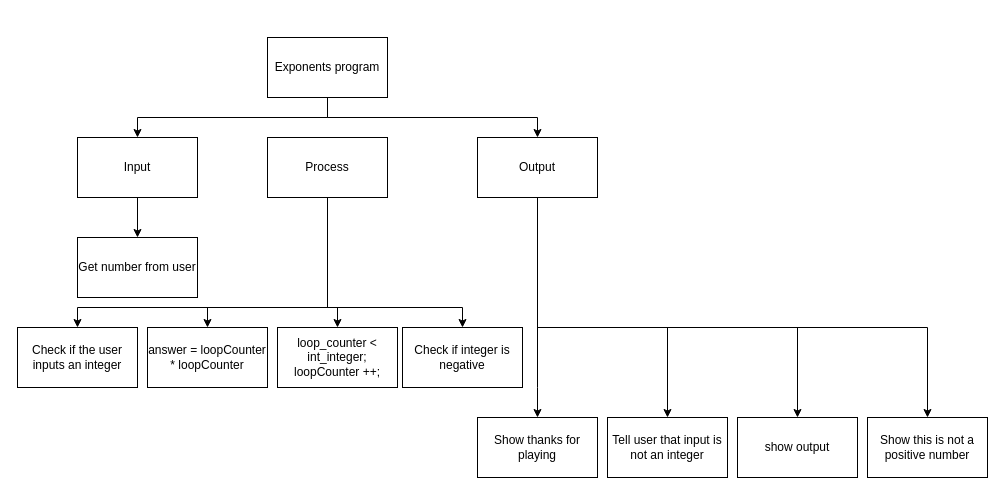
Earlier version of the draw.io diagram design/top-down.drawio (Johanna-liu16/ICS3U-Unit-4-04-python). Source tidied: cells renumbered, new cells numbered last; positions are measured from the earlier drawing's top-left corner, leaving out a move shared by most shapes. Both pictures are drawn from the tidied source at 100%, with x=0, y=0 at pixel (17, 37).
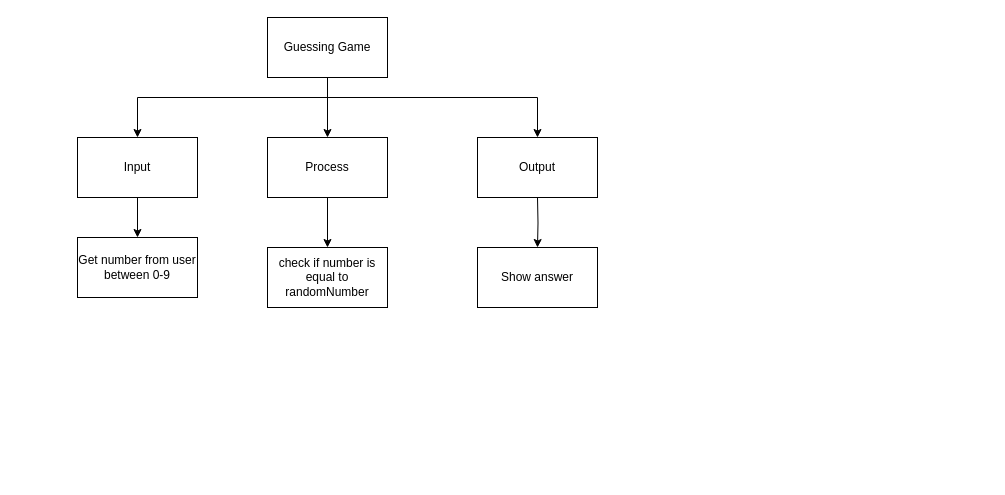
The same page after the edit.

The change refers to these unchanged cells:
```xml
<mxCell id="7" value="Output" style="rounded=0;whiteSpace=wrap;html=1;" parent="1" vertex="1">
  <mxGeometry x="460" y="100" width="120" height="60" as="geometry" />
</mxCell>
<mxCell id="12" value="Process" style="rounded=0;whiteSpace=wrap;html=1;" parent="1" vertex="1">
  <mxGeometry x="250" y="100" width="120" height="60" as="geometry" />
</mxCell>
<mxCell id="14" value="Input" style="rounded=0;whiteSpace=wrap;html=1;" parent="1" vertex="1">
  <mxGeometry x="60" y="100" width="120" height="60" as="geometry" />
</mxCell>
```

What changed in the source:
```diff
@@
+    <mxCell id="26" style="edgeStyle=none;html=1;entryX=0.5;entryY=0;entryDx=0;entryDy=0;" parent="1" edge="1" source="29" target="12">
+      <mxGeometry relative="1" as="geometry" />
+    </mxCell>
+    <mxCell id="27" style="edgeStyle=orthogonalEdgeStyle;html=1;entryX=0.5;entryY=0;entryDx=0;entryDy=0;rounded=0;" parent="1" edge="1" source="29" target="7">
+      <mxGeometry relative="1" as="geometry">
+        <Array as="points">
+          <mxPoint x="310" y="60" />
+          <mxPoint x="520" y="60" />
+        </Array>
+      </mxGeometry>
+    </mxCell>
+    <mxCell id="28" style="edgeStyle=orthogonalEdgeStyle;rounded=0;html=1;" parent="1" edge="1" source="29" target="14">
+      <mxGeometry relative="1" as="geometry">
+        <Array as="points">
+          <mxPoint x="310" y="60" />
+          <mxPoint x="120" y="60" />
+        </Array>
+      </mxGeometry>
+    </mxCell>
+    <mxCell id="29" value="Guessing Game" style="rounded=0;whiteSpace=wrap;html=1;" parent="1" vertex="1">
+      <mxGeometry x="250" y="-20" width="120" height="60" as="geometry" />
+    </mxCell>
+    <mxCell id="30" value="Show answer" style="rounded=0;whiteSpace=wrap;html=1;" parent="1" vertex="1">
+      <mxGeometry x="460" y="210" width="120" height="60" as="geometry" />
+    </mxCell>
+    <mxCell id="31" value="check if number is equal to randomNumber" style="rounded=0;whiteSpace=wrap;html=1;" parent="1" vertex="1">
+      <mxGeometry x="250" y="210" width="120" height="60" as="geometry" />
+    </mxCell>
-    <mxCell id="2" value="Get number from user" style="rounded=0;whiteSpace=wrap;html=1;" parent="1" vertex="1">
+    <mxCell id="2" value="Get number from user between 0-9" style="rounded=0;whiteSpace=wrap;html=1;" parent="1" vertex="1">
       <mxGeometry x="60" y="200" width="120" height="60" as="geometry" />
     </mxCell>
-    <mxCell id="3" style="edgeStyle=orthogonalEdgeStyle;rounded=0;html=1;" parent="1" edge="1" source="7" target="20">
-      <mxGeometry relative="1" as="geometry">
-        <Array as="points">
-          <mxPoint x="520" y="350" />
-          <mxPoint x="520" y="350" />
-        </Array>
-      </mxGeometry>
-    </mxCell>
-    <mxCell id="4" style="edgeStyle=orthogonalEdgeStyle;rounded=0;html=1;entryX=0.5;entryY=0;entryDx=0;entryDy=0;" parent="1" edge="1" source="7" target="21">
-      <mxGeometry relative="1" as="geometry">
-        <Array as="points">
-          <mxPoint x="520" y="290" />
-          <mxPoint x="650" y="290" />
-        </Array>
-      </mxGeometry>
-    </mxCell>
-    <mxCell id="5" style="edgeStyle=orthogonalEdgeStyle;rounded=0;html=1;entryX=0.5;entryY=0;entryDx=0;entryDy=0;" parent="1" edge="1" source="7" target="23">
-      <mxGeometry relative="1" as="geometry">
-        <Array as="points">
-          <mxPoint x="520" y="290" />
-          <mxPoint x="780" y="290" />
-        </Array>
-      </mxGeometry>
-    </mxCell>
-    <mxCell id="6" style="edgeStyle=orthogonalEdgeStyle;html=1;entryX=0.5;entryY=0;entryDx=0;entryDy=0;rounded=0;" parent="1" edge="1" source="7" target="25">
-      <mxGeometry relative="1" as="geometry">
-        <Array as="points">
-          <mxPoint x="520" y="290" />
-          <mxPoint x="910" y="290" />
-        </Array>
-      </mxGeometry>
-    </mxCell>
+    <mxCell id="32" style="edgeStyle=orthogonalEdgeStyle;rounded=0;html=1;entryX=0.5;entryY=0;entryDx=0;entryDy=0;" parent="1" edge="1" target="30">
+      <mxGeometry relative="1" as="geometry">
+        <mxPoint x="520" y="160" as="sourcePoint" />
+      </mxGeometry>
+    </mxCell>
@@
-    <mxCell id="8" style="edgeStyle=orthogonalEdgeStyle;html=1;rounded=0;" parent="1" edge="1" source="12" target="15">
-      <mxGeometry relative="1" as="geometry">
-        <Array as="points">
-          <mxPoint x="310" y="270" />
-          <mxPoint x="320" y="270" />
-        </Array>
-      </mxGeometry>
-    </mxCell>
-    <mxCell id="9" style="edgeStyle=orthogonalEdgeStyle;html=1;entryX=0.5;entryY=0;entryDx=0;entryDy=0;rounded=0;" parent="1" edge="1" source="12" target="16">
-      <mxGeometry relative="1" as="geometry">
-        <Array as="points">
-          <mxPoint x="310" y="270" />
-          <mxPoint x="60" y="270" />
-        </Array>
-      </mxGeometry>
-    </mxCell>
-    <mxCell id="10" style="edgeStyle=none;html=1;entryX=0.5;entryY=0;entryDx=0;entryDy=0;rounded=0;" parent="1" edge="1" source="12" target="22">
-      <mxGeometry relative="1" as="geometry">
-        <Array as="points">
-          <mxPoint x="310" y="270" />
-          <mxPoint x="445" y="270" />
-        </Array>
-      </mxGeometry>
-    </mxCell>
-    <mxCell id="11" style="edgeStyle=orthogonalEdgeStyle;html=1;entryX=0.5;entryY=0;entryDx=0;entryDy=0;rounded=0;" parent="1" edge="1" source="12" target="24">
-      <mxGeometry relative="1" as="geometry">
-        <Array as="points">
-          <mxPoint x="310" y="270" />
-          <mxPoint x="190" y="270" />
-        </Array>
-      </mxGeometry>
-    </mxCell>
+    <mxCell id="33" style="edgeStyle=orthogonalEdgeStyle;rounded=0;html=1;" parent="1" edge="1" source="12" target="31">
+      <mxGeometry relative="1" as="geometry" />
+    </mxCell>
@@
-    <mxCell id="15" value="loop_counter &amp;lt; int_integer; loopCounter ++;" style="rounded=0;whiteSpace=wrap;html=1;" parent="1" vertex="1">
-      <mxGeometry x="260" y="290" width="120" height="60" as="geometry" />
-    </mxCell>
-    <mxCell id="16" value="Check if the user inputs an integer" style="rounded=0;whiteSpace=wrap;html=1;" parent="1" vertex="1">
-      <mxGeometry y="290" width="120" height="60" as="geometry" />
-    </mxCell>
-    <mxCell id="17" style="edgeStyle=orthogonalEdgeStyle;rounded=0;html=1;" parent="1" edge="1" source="19" target="14">
-      <mxGeometry relative="1" as="geometry">
-        <Array as="points">
-          <mxPoint x="310" y="80" />
-          <mxPoint x="120" y="80" />
-        </Array>
-      </mxGeometry>
-    </mxCell>
-    <mxCell id="18" style="edgeStyle=orthogonalEdgeStyle;rounded=0;html=1;" parent="1" edge="1" source="19" target="7">
-      <mxGeometry relative="1" as="geometry">
-        <Array as="points">
-          <mxPoint x="310" y="80" />
-          <mxPoint x="520" y="80" />
-        </Array>
-      </mxGeometry>
-    </mxCell>
-    <mxCell id="19" value="Exponents program" style="rounded=0;whiteSpace=wrap;html=1;" parent="1" vertex="1">
-      <mxGeometry x="250" width="120" height="60" as="geometry" />
-    </mxCell>
-    <mxCell id="20" value="Show thanks for playing" style="rounded=0;whiteSpace=wrap;html=1;" parent="1" vertex="1">
-      <mxGeometry x="460" y="380" width="120" height="60" as="geometry" />
-    </mxCell>
-    <mxCell id="21" value="Tell user that input is not an integer" style="rounded=0;whiteSpace=wrap;html=1;" parent="1" vertex="1">
-      <mxGeometry x="590" y="380" width="120" height="60" as="geometry" />
-    </mxCell>
-    <mxCell id="22" value="Check if integer is negative" style="rounded=0;whiteSpace=wrap;html=1;" parent="1" vertex="1">
-      <mxGeometry x="385" y="290" width="120" height="60" as="geometry" />
-    </mxCell>
-    <mxCell id="23" value="show output" style="rounded=0;whiteSpace=wrap;html=1;" parent="1" vertex="1">
-      <mxGeometry x="720" y="380" width="120" height="60" as="geometry" />
-    </mxCell>
-    <mxCell id="24" value="answer = loopCounter * loopCounter" style="rounded=0;whiteSpace=wrap;html=1;" parent="1" vertex="1">
-      <mxGeometry x="130" y="290" width="120" height="60" as="geometry" />
-    </mxCell>
-    <mxCell id="25" value="Show this is not a positive number" style="rounded=0;whiteSpace=wrap;html=1;" parent="1" vertex="1">
-      <mxGeometry x="850" y="380" width="120" height="60" as="geometry" />
-    </mxCell>
```
